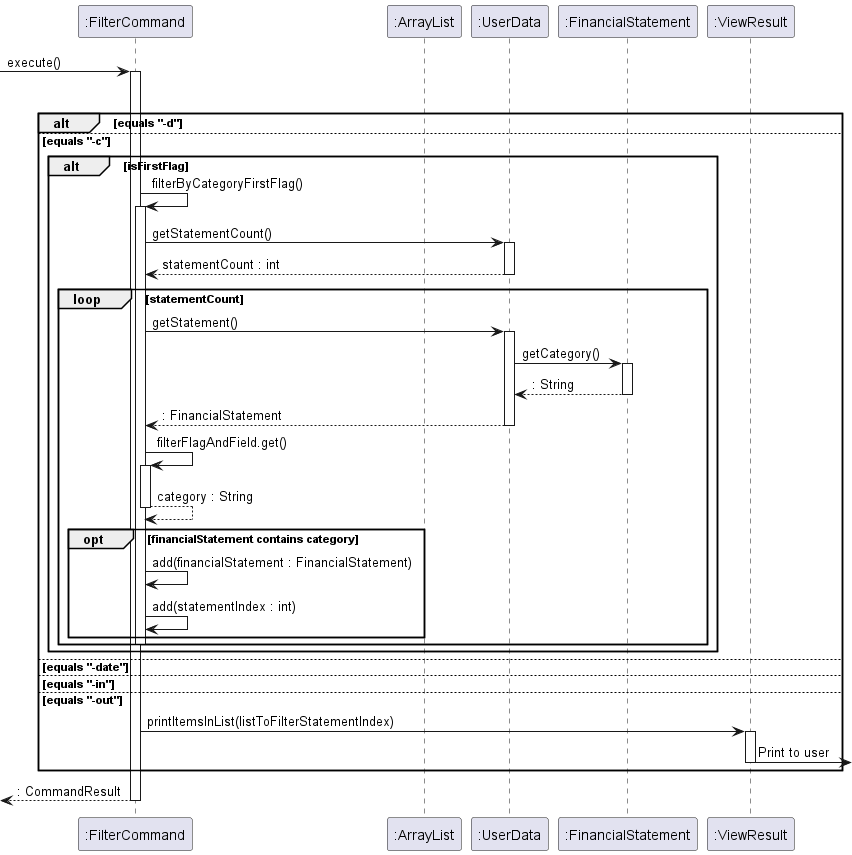
Before: docs/images/DeveloperGuide/FilterCommand.png, a diagram exported from PlantUML (nus-cs2113-AY2223S2/tp).
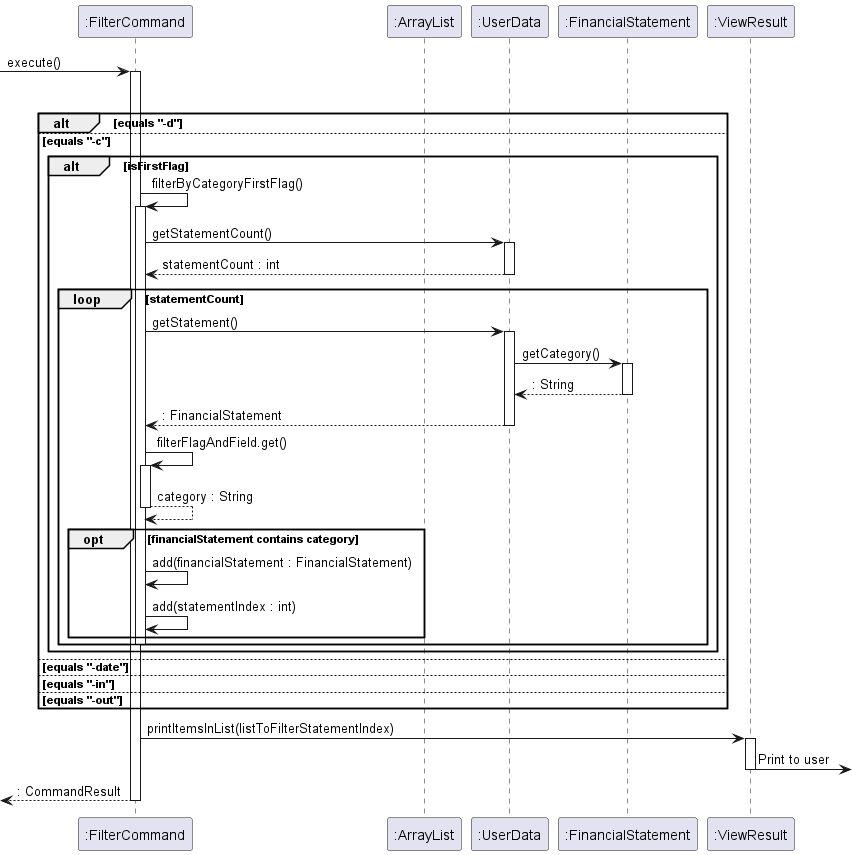
Later version of the same file.

Commit message:
Update edit and filter commands in DG

Change to the diagram source:
```diff
@@ -49,12 +49,13 @@
     else equals "-in"
 
     else equals "-out"
+end
 
 FilterCommand -> ViewResult : printItemsInList(listToFilterStatementIndex)
 activate ViewResult
 ViewResult -> :Print to user
 deactivate ViewResult
-end
+
 
 [<--FilterCommand : : CommandResult
 deactivate FilterCommand
```
